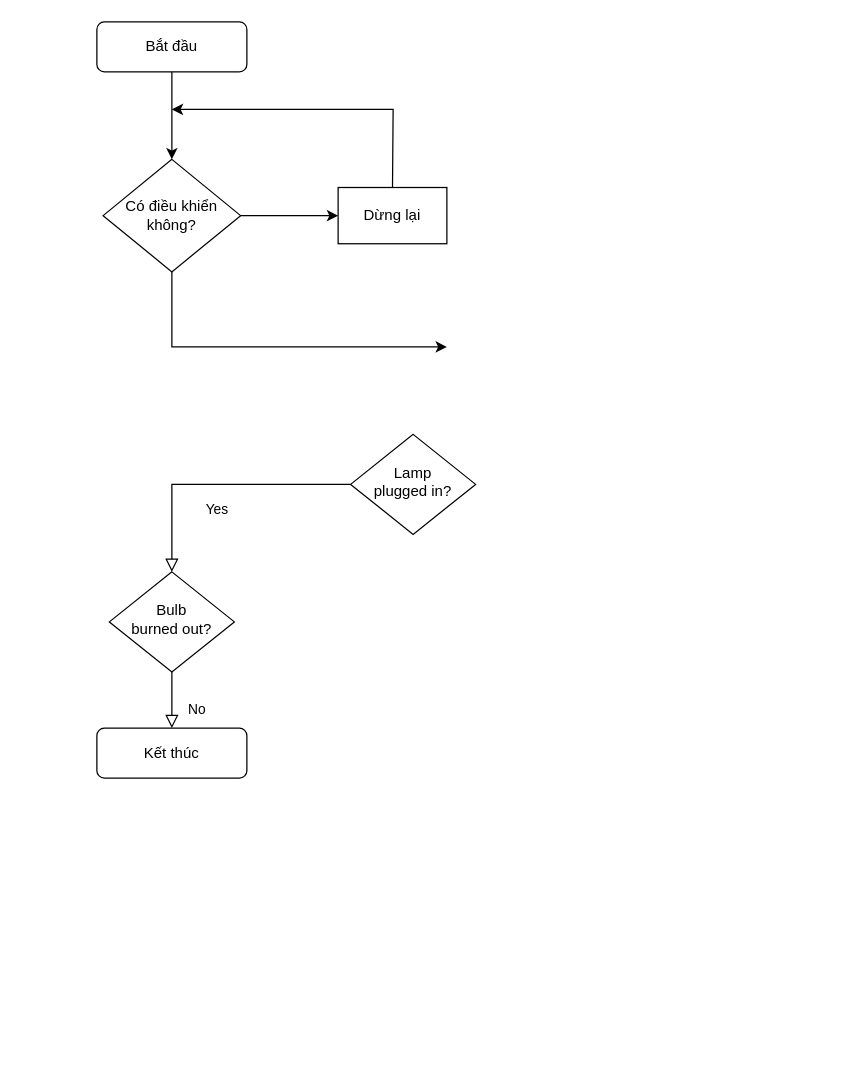
The draw.io diagram Untitled Diagram.drawio in Binhbong3/TREK, before the edit. Source tidied: cells renumbered, new cells numbered last; positions are measured from the earlier drawing's top-left corner, leaving out a move shared by most shapes. Both pictures are drawn from the tidied source at 125%, with x=0, y=0 at pixel (96, 21).
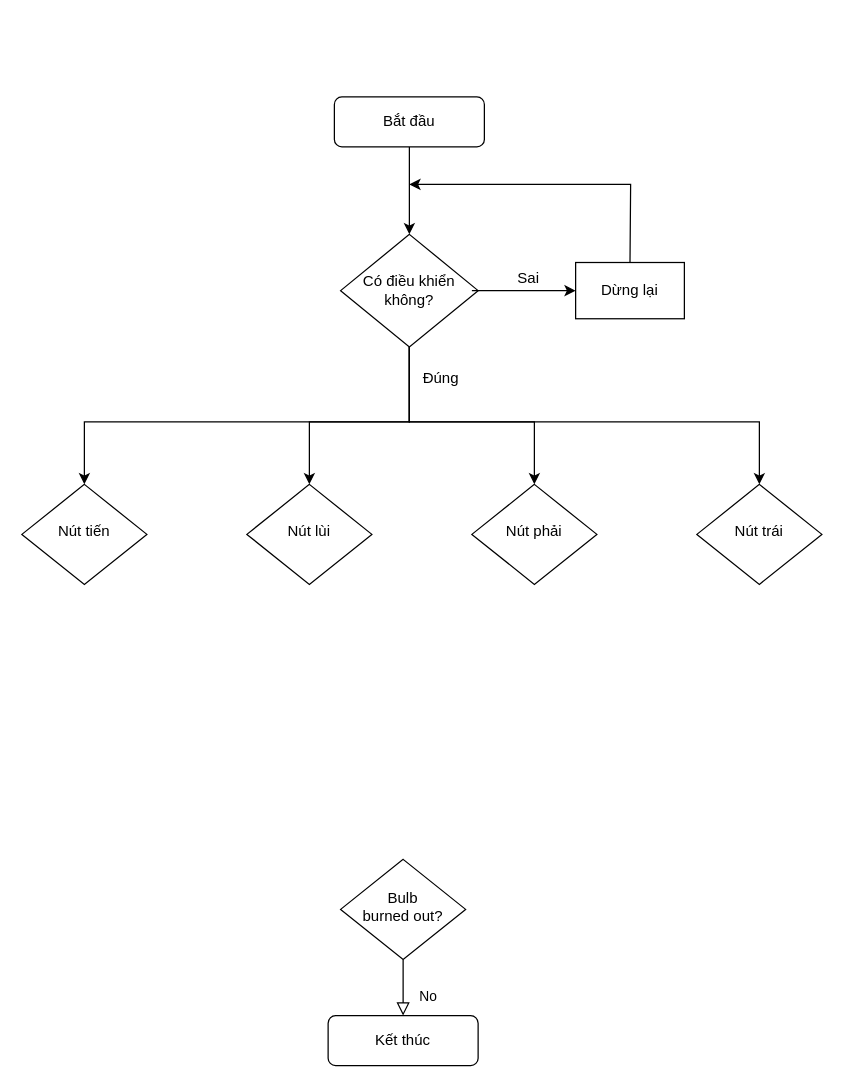
The same page after the edit.

The edit, as a diff of the source:
```diff
@@
     <mxCell id="2" value="Bắt đầu" style="rounded=1;whiteSpace=wrap;html=1;fontSize=12;glass=0;strokeWidth=1;shadow=0;" parent="1" vertex="1">
-      <mxGeometry width="120" height="40" as="geometry" />
+      <mxGeometry x="190" y="60" width="120" height="40" as="geometry" />
     </mxCell>
-    <mxCell id="3" value="Yes" style="rounded=0;html=1;jettySize=auto;fontSize=11;endArrow=block;endFill=0;endSize=8;strokeWidth=1;shadow=0;labelBackgroundColor=none;edgeStyle=orthogonalEdgeStyle;" parent="1" edge="1" source="4" target="6">
-      <mxGeometry y="20" relative="1" as="geometry" />
-    </mxCell>
-    <mxCell id="4" value="Lamp&lt;br&gt;plugged in?" style="rhombus;whiteSpace=wrap;html=1;shadow=0;fontFamily=Helvetica;fontSize=12;align=center;strokeWidth=1;spacing=6;spacingTop=-4;" parent="1" vertex="1">
-      <mxGeometry x="203" y="330" width="100" height="80" as="geometry" />
+    <mxCell id="4" value="Nút phải" style="rhombus;whiteSpace=wrap;html=1;shadow=0;fontFamily=Helvetica;fontSize=12;align=center;strokeWidth=1;spacing=6;spacingTop=-4;" parent="1" vertex="1">
+      <mxGeometry x="300" y="370" width="100" height="80" as="geometry" />
     </mxCell>
@@
     <mxCell id="6" value="Bulb&lt;br&gt;burned out?" style="rhombus;whiteSpace=wrap;html=1;shadow=0;fontFamily=Helvetica;fontSize=12;align=center;strokeWidth=1;spacing=6;spacingTop=-4;" parent="1" vertex="1">
-      <mxGeometry x="10" y="440" width="100" height="80" as="geometry" />
+      <mxGeometry x="195" y="670" width="100" height="80" as="geometry" />
     </mxCell>
     <mxCell id="7" value="Kết thúc" style="rounded=1;whiteSpace=wrap;html=1;fontSize=12;glass=0;strokeWidth=1;shadow=0;" parent="1" vertex="1">
-      <mxGeometry y="565" width="120" height="40" as="geometry" />
+      <mxGeometry x="185" y="795" width="120" height="40" as="geometry" />
     </mxCell>
     <mxCell id="8" value="Có điều khiển không?" style="rhombus;whiteSpace=wrap;html=1;verticalAlign=middle;" parent="1" vertex="1">
-      <mxGeometry x="5" y="110" width="110" height="90" as="geometry" />
+      <mxGeometry x="195" y="170" width="110" height="90" as="geometry" />
     </mxCell>
@@
-    <mxCell id="10" style="endArrow=classic;html=1;rounded=0;exitX=1;exitY=0.5;exitDx=0;exitDy=0;entryX=0;entryY=0.5;entryDx=0;entryDy=0;" parent="1" edge="1" source="8" target="11">
-      <mxGeometry relative="1" as="geometry" />
+    <mxCell id="10" style="endArrow=classic;html=1;rounded=0;exitX=1;exitY=0.5;exitDx=0;exitDy=0;entryX=0;entryY=0.5;entryDx=0;entryDy=0;" parent="1" edge="1" target="11">
+      <mxGeometry relative="1" as="geometry">
+        <mxPoint x="300" y="215" as="sourcePoint" />
+      </mxGeometry>
     </mxCell>
     <mxCell id="11" value="Dừng lại" style="rounded=0;whiteSpace=wrap;html=1;" parent="1" vertex="1">
-      <mxGeometry x="193" y="132.5" width="87" height="45" as="geometry" />
+      <mxGeometry x="383" y="192.5" width="87" height="45" as="geometry" />
     </mxCell>
     <mxCell id="12" style="endArrow=classic;html=1;rounded=0;exitX=0.5;exitY=0;exitDx=0;exitDy=0;" parent="1" edge="1" source="11">
       <mxGeometry relative="1" as="geometry">
-        <mxPoint x="60" y="70" as="targetPoint" />
+        <mxPoint x="250" y="130" as="targetPoint" />
         <Array as="points">
-          <mxPoint x="237" y="70" />
+          <mxPoint x="427" y="130" />
         </Array>
       </mxGeometry>
     </mxCell>
-    <mxCell id="13" style="endArrow=classic;html=1;rounded=0;exitX=0.5;exitY=1;exitDx=0;exitDy=0;" parent="1" edge="1" source="8">
+    <mxCell id="13" style="endArrow=classic;html=1;rounded=0;exitX=0.5;exitY=1;exitDx=0;exitDy=0;" parent="1" edge="1" source="8" target="4">
       <mxGeometry relative="1" as="geometry">
-        <mxPoint x="280" y="260" as="targetPoint" />
         <Array as="points">
-          <mxPoint x="60" y="260" />
+          <mxPoint x="250" y="320" />
+          <mxPoint x="350" y="320" />
         </Array>
       </mxGeometry>
     </mxCell>
+    <mxCell id="14" value="Sai" style="text;html=1;align=center;verticalAlign=middle;strokeColor=none;fillColor=none;" parent="1" vertex="1">
+      <mxGeometry x="325" y="190" width="40" height="30" as="geometry" />
+    </mxCell>
+    <mxCell id="15" value="Đúng" style="text;html=1;align=center;verticalAlign=middle;strokeColor=none;fillColor=none;" parent="1" vertex="1">
+      <mxGeometry x="250" y="270" width="50" height="30" as="geometry" />
+    </mxCell>
+    <mxCell id="16" value="Nút lùi" style="rhombus;whiteSpace=wrap;html=1;shadow=0;fontFamily=Helvetica;fontSize=12;align=center;strokeWidth=1;spacing=6;spacingTop=-4;" parent="1" vertex="1">
+      <mxGeometry x="120" y="370" width="100" height="80" as="geometry" />
+    </mxCell>
+    <mxCell id="17" style="endArrow=classic;html=1;rounded=0;exitX=0.5;exitY=1;exitDx=0;exitDy=0;entryX=0.5;entryY=0;entryDx=0;entryDy=0;" parent="1" edge="1" source="8" target="16">
+      <mxGeometry relative="1" as="geometry">
+        <Array as="points">
+          <mxPoint x="250" y="320" />
+          <mxPoint x="170" y="320" />
+        </Array>
+      </mxGeometry>
+    </mxCell>
+    <mxCell id="18" value="Nút tiến" style="rhombus;whiteSpace=wrap;html=1;shadow=0;fontFamily=Helvetica;fontSize=12;align=center;strokeWidth=1;spacing=6;spacingTop=-4;" parent="1" vertex="1">
+      <mxGeometry x="-60" y="370" width="100" height="80" as="geometry" />
+    </mxCell>
+    <mxCell id="19" style="endArrow=classic;html=1;rounded=0;exitX=0.5;exitY=1;exitDx=0;exitDy=0;entryX=0.5;entryY=0;entryDx=0;entryDy=0;" parent="1" edge="1" source="8" target="18">
+      <mxGeometry relative="1" as="geometry">
+        <Array as="points">
+          <mxPoint x="250" y="320" />
+          <mxPoint x="-10" y="320" />
+        </Array>
+      </mxGeometry>
+    </mxCell>
+    <mxCell id="20" value="Nút trái" style="rhombus;whiteSpace=wrap;html=1;shadow=0;fontFamily=Helvetica;fontSize=12;align=center;strokeWidth=1;spacing=6;spacingTop=-4;" parent="1" vertex="1">
+      <mxGeometry x="480" y="370" width="100" height="80" as="geometry" />
+    </mxCell>
+    <mxCell id="21" style="endArrow=classic;html=1;rounded=0;exitX=0.5;exitY=1;exitDx=0;exitDy=0;" parent="1" edge="1" source="8" target="20">
+      <mxGeometry relative="1" as="geometry">
+        <Array as="points">
+          <mxPoint x="250" y="320" />
+          <mxPoint x="530" y="320" />
+        </Array>
+      </mxGeometry>
+    </mxCell>
```
